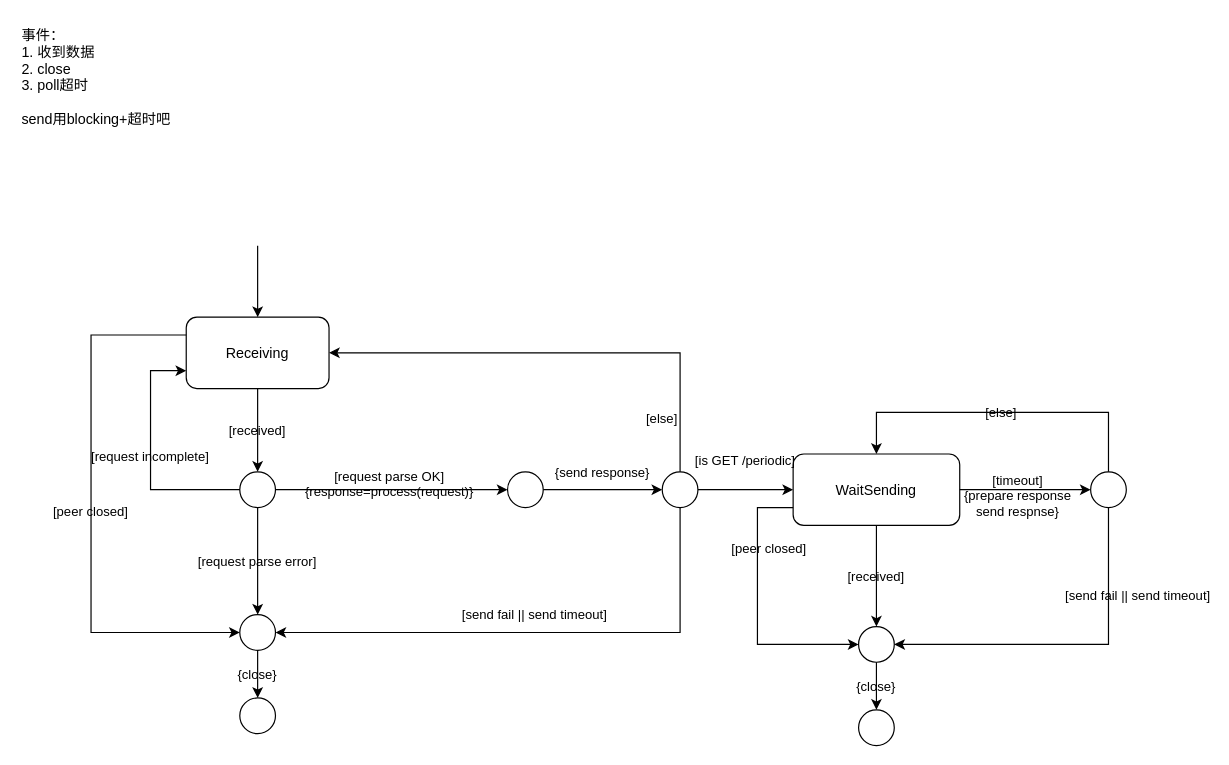
f-zl/HttpChunkedServer keeps this draw.io diagram as http_chunked_server.drawio. Above is the earlier version. Source tidied: cells renumbered, new cells numbered last; positions are measured from the earlier drawing's top-left corner, leaving out a move shared by most shapes. Both pictures are drawn from the tidied source at 119%, with x=0, y=0 at pixel (19, 19).
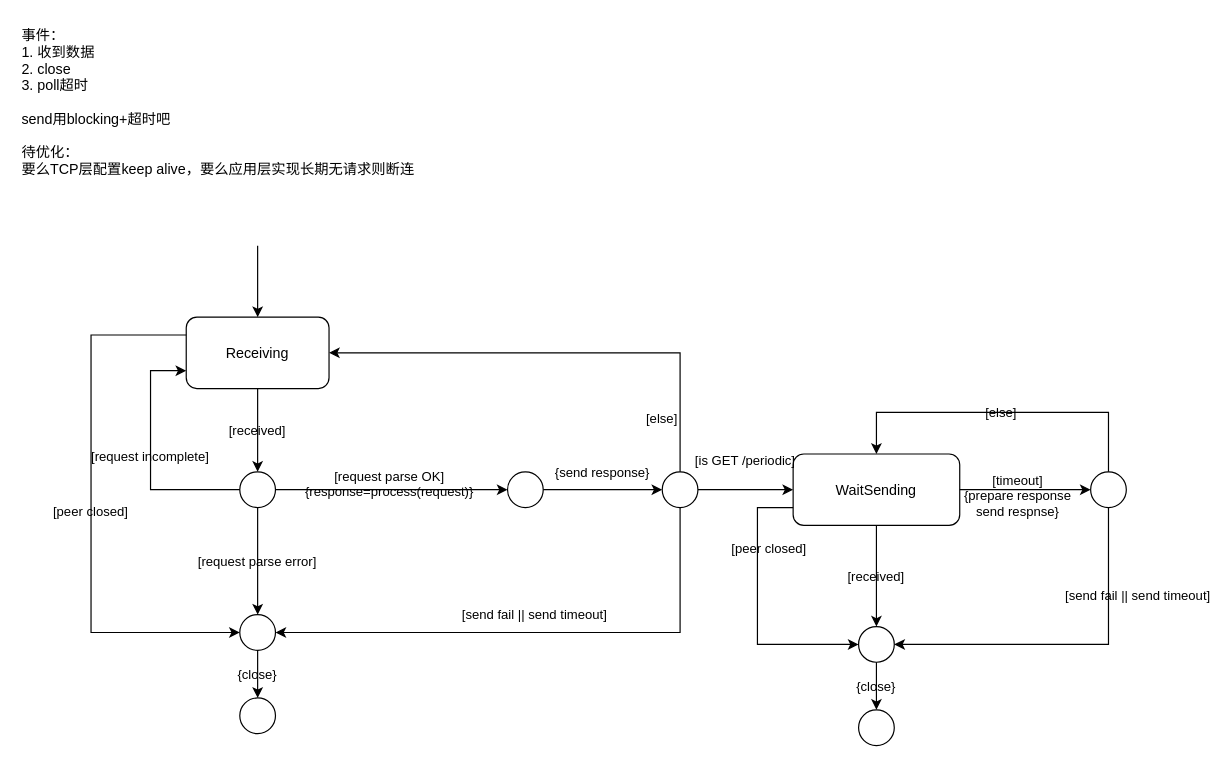
After the change.

Diff of the diagram source:
```diff
@@
-    <mxCell id="7" value="事件：&#10;1. 收到数据&#10;2. close&#10;3. poll超时&#10;&#10;send用blocking+超时吧" style="text;strokeColor=none;fillColor=none;align=left;verticalAlign=top;rounded=0;" parent="1" vertex="1">
-      <mxGeometry width="180" height="120" as="geometry" />
+    <mxCell id="7" value="事件：&#10;1. 收到数据&#10;2. close&#10;3. poll超时&#10;&#10;send用blocking+超时吧&#10;&#10;待优化：&#10;要么TCP层配置keep alive，要么应用层实现长期无请求则断连" style="text;strokeColor=none;fillColor=none;align=left;verticalAlign=top;rounded=0;" parent="1" vertex="1">
+      <mxGeometry width="350" height="160" as="geometry" />
     </mxCell>
```
